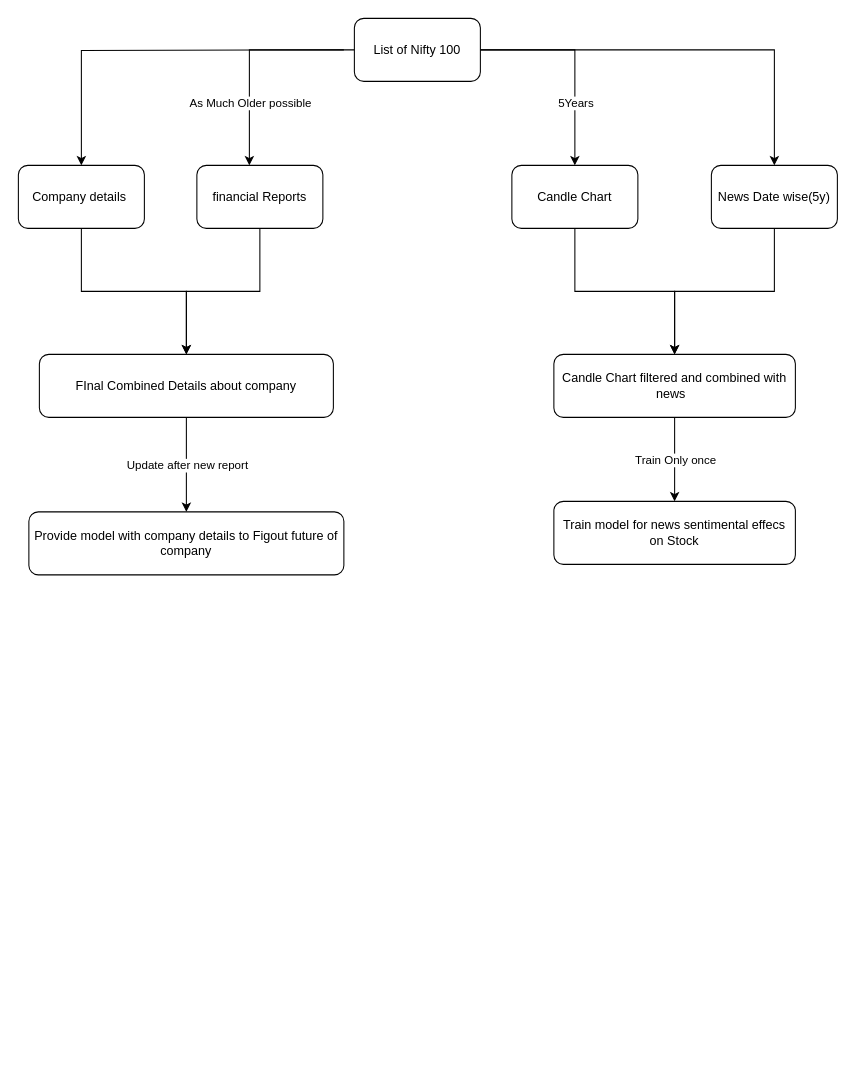
Before: Untitled Diagram.drawio in Tejasjagdale/FinTrack, a draw.io diagram. Source tidied: cells renumbered, new cells numbered last; positions are measured from the earlier drawing's top-left corner, leaving out a move shared by most shapes. Both pictures are drawn from the tidied source at 105%, with x=0, y=0 at pixel (18, 18).
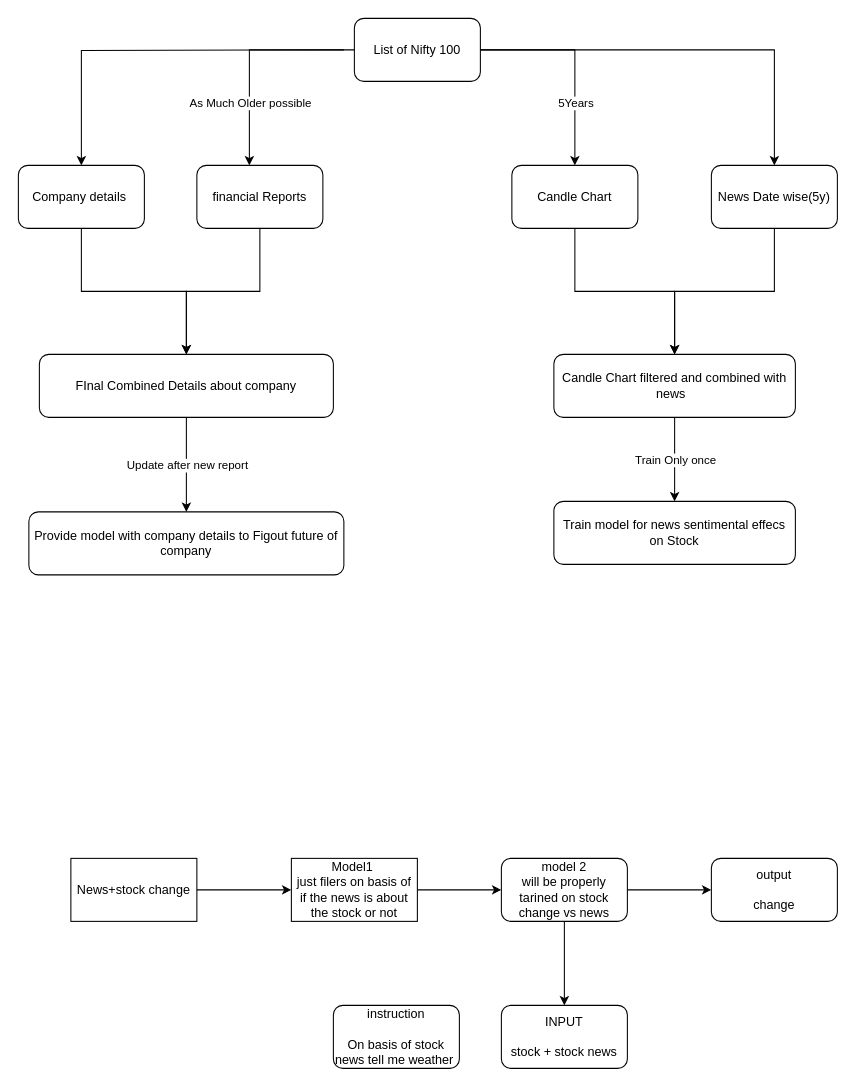
The same page after the edit.

The edit, as a diff of the source:
```diff
@@
+    <mxCell id="25" style="edgeStyle=orthogonalEdgeStyle;rounded=0;jettySize=auto;html=1;" parent="1" edge="1" source="26" target="28">
+      <mxGeometry relative="1" as="geometry" />
+    </mxCell>
+    <mxCell id="26" value="News+stock change" style="rounded=0;whiteSpace=wrap;html=1;" parent="1" vertex="1">
+      <mxGeometry x="50" y="800" width="120" height="60" as="geometry" />
+    </mxCell>
+    <mxCell id="27" style="edgeStyle=orthogonalEdgeStyle;rounded=0;jettySize=auto;html=1;" parent="1" edge="1" source="28" target="31">
+      <mxGeometry relative="1" as="geometry" />
+    </mxCell>
+    <mxCell id="28" value="Model1&amp;nbsp;&lt;br&gt;just filers on basis of if the news is about the stock or not" style="rounded=0;whiteSpace=wrap;html=1;" parent="1" vertex="1">
+      <mxGeometry x="260" y="800" width="120" height="60" as="geometry" />
+    </mxCell>
+    <mxCell id="29" style="edgeStyle=orthogonalEdgeStyle;rounded=0;jettySize=auto;html=1;" parent="1" edge="1" source="31" target="32">
+      <mxGeometry relative="1" as="geometry" />
+    </mxCell>
+    <mxCell id="30" style="edgeStyle=orthogonalEdgeStyle;rounded=0;jettySize=auto;html=1;" parent="1" edge="1" source="31" target="34">
+      <mxGeometry relative="1" as="geometry" />
+    </mxCell>
+    <mxCell id="31" value="model 2&lt;br&gt;will be properly tarined on stock change vs news" style="rounded=1;whiteSpace=wrap;html=1;" parent="1" vertex="1">
+      <mxGeometry x="460" y="800" width="120" height="60" as="geometry" />
+    </mxCell>
+    <mxCell id="32" value="INPUT&lt;br&gt;&lt;br&gt;stock + stock news" style="whiteSpace=wrap;html=1;rounded=1;" parent="1" vertex="1">
+      <mxGeometry x="460" y="940" width="120" height="60" as="geometry" />
+    </mxCell>
+    <mxCell id="33" value="instruction&lt;br&gt;&lt;br&gt;On basis of stock news tell me weather&amp;nbsp;" style="rounded=1;whiteSpace=wrap;html=1;" parent="1" vertex="1">
+      <mxGeometry x="300" y="940" width="120" height="60" as="geometry" />
+    </mxCell>
+    <mxCell id="34" value="output&lt;br&gt;&lt;br&gt;change" style="whiteSpace=wrap;html=1;rounded=1;" parent="1" vertex="1">
+      <mxGeometry x="660" y="800" width="120" height="60" as="geometry" />
+    </mxCell>
```
